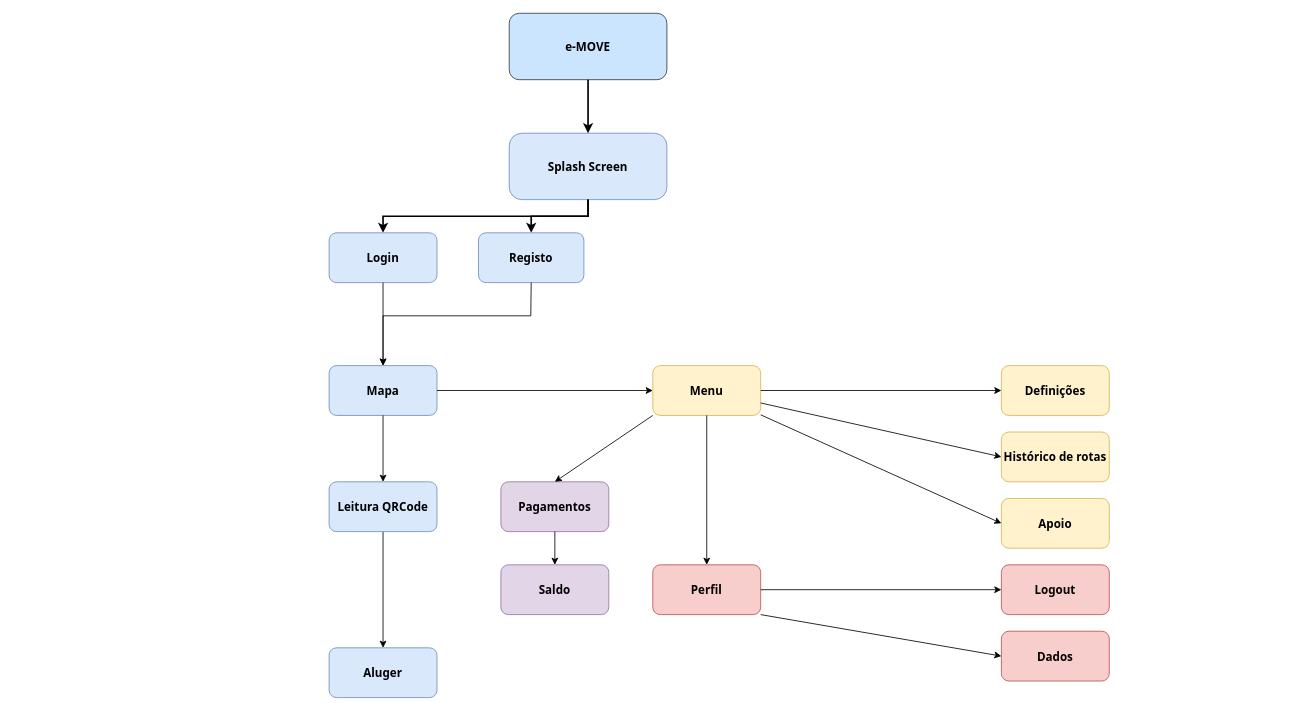
Before: SiteMap.drawio in pal2509/TP_DIA, a draw.io diagram. Source tidied: cells renumbered, new cells numbered last; positions are measured from the earlier drawing's top-left corner, leaving out a move shared by most shapes. Both pictures are drawn from the tidied source at 83%, with x=0, y=0 at pixel (329, 13).
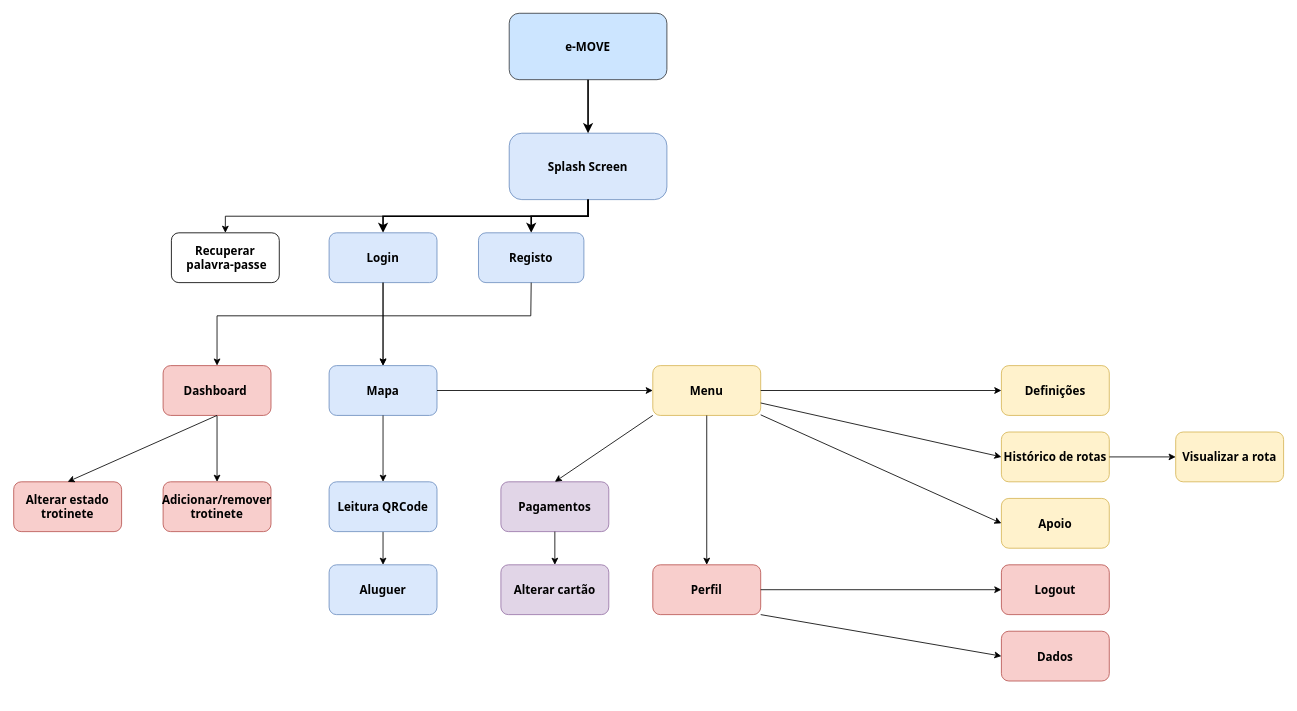
The same diagram, later.

Unchanged cells that the change refers to:
```xml
<mxCell id="3" value="Splash Screen" style="rounded=1;fillColor=#dae8fc;strokeColor=#6c8ebf;fontStyle=1;fontFamily=Tahoma;fontSize=14;arcSize=19;glass=0;shadow=0;sketch=0;" parent="1" vertex="1">
  <mxGeometry x="217" y="144" width="190" height="80" as="geometry" />
</mxCell>
<mxCell id="7" value="Login" style="rounded=1;fillColor=#dae8fc;strokeColor=#6c8ebf;fontStyle=1;fontFamily=Tahoma;fontSize=14;" parent="1" vertex="1">
  <mxGeometry y="264" width="130" height="60" as="geometry" />
</mxCell>
<mxCell id="28" value="Histórico de rotas" style="rounded=1;fillColor=#fff2cc;strokeColor=#d6b656;fontStyle=1;fontFamily=Tahoma;fontSize=14;" parent="1" vertex="1">
  <mxGeometry x="810" y="504" width="130" height="60" as="geometry" />
</mxCell>
```

What changed in the source:
```diff
@@
-    <mxCell id="14" value="Aluger" style="rounded=1;fillColor=#dae8fc;strokeColor=#6c8ebf;fontStyle=1;fontFamily=Tahoma;fontSize=14;" parent="1" vertex="1">
-      <mxGeometry y="764" width="130" height="60" as="geometry" />
+    <mxCell id="14" value="Aluguer" style="rounded=1;fillColor=#dae8fc;strokeColor=#6c8ebf;fontStyle=1;fontFamily=Tahoma;fontSize=14;" parent="1" vertex="1">
+      <mxGeometry y="664" width="130" height="60" as="geometry" />
     </mxCell>
@@
-    <mxCell id="30" value="Saldo" style="rounded=1;fillColor=#e1d5e7;strokeColor=#9673a6;fontStyle=1;fontFamily=Tahoma;fontSize=14;" parent="1" vertex="1">
+    <mxCell id="30" value="Alterar cartão" style="rounded=1;fillColor=#e1d5e7;strokeColor=#9673a6;fontStyle=1;fontFamily=Tahoma;fontSize=14;" parent="1" vertex="1">
       <mxGeometry x="207" y="664" width="130" height="60" as="geometry" />
     </mxCell>
@@
+    <mxCell id="34" value="Visualizar a rota" style="rounded=1;fillColor=#fff2cc;strokeColor=#d6b656;fontStyle=1;fontFamily=Tahoma;fontSize=14;" parent="1" vertex="1">
+      <mxGeometry x="1020" y="504" width="130" height="60" as="geometry" />
+    </mxCell>
+    <mxCell id="35" style="endArrow=classic;html=1;rounded=0;exitX=1;exitY=0.5;exitDx=0;exitDy=0;" parent="1" edge="1" source="28" target="34">
+      <mxGeometry relative="1" as="geometry" />
+    </mxCell>
+    <mxCell id="36" value="Recuperar&#10; palavra-passe" style="rounded=1;fontStyle=1;fontFamily=Tahoma;fontSize=14;" parent="1" vertex="1">
+      <mxGeometry x="-190" y="264" width="130" height="60" as="geometry" />
+    </mxCell>
+    <mxCell id="37" style="endArrow=classic;html=1;rounded=0;exitX=0.5;exitY=1;exitDx=0;exitDy=0;entryX=0.5;entryY=0;entryDx=0;entryDy=0;" parent="1" edge="1" source="3" target="36">
+      <mxGeometry relative="1" as="geometry">
+        <Array as="points">
+          <mxPoint x="312" y="244" />
+          <mxPoint x="-125" y="244" />
+        </Array>
+      </mxGeometry>
+    </mxCell>
+    <mxCell id="38" style="edgeStyle=orthogonalEdgeStyle;rounded=0;jettySize=auto;html=1;" parent="1" edge="1" source="39" target="41">
+      <mxGeometry relative="1" as="geometry" />
+    </mxCell>
+    <mxCell id="39" value="Dashboard " style="rounded=1;fontStyle=1;fontFamily=Tahoma;fontSize=14;fillColor=#f8cecc;strokeColor=#b85450;" parent="1" vertex="1">
+      <mxGeometry x="-200" y="424" width="130" height="60" as="geometry" />
+    </mxCell>
+    <mxCell id="40" style="endArrow=classic;html=1;rounded=0;exitX=0.5;exitY=1;exitDx=0;exitDy=0;entryX=0.5;entryY=0;entryDx=0;entryDy=0;" parent="1" edge="1" source="7" target="39">
+      <mxGeometry relative="1" as="geometry">
+        <Array as="points">
+          <mxPoint x="65" y="364" />
+          <mxPoint x="-135" y="364" />
+        </Array>
+      </mxGeometry>
+    </mxCell>
+    <mxCell id="41" value="Adicionar/remover&#10;trotinete" style="rounded=1;fontStyle=1;fontFamily=Tahoma;fontSize=14;fillColor=#f8cecc;strokeColor=#b85450;" parent="1" vertex="1">
+      <mxGeometry x="-200" y="564" width="130" height="60" as="geometry" />
+    </mxCell>
+    <mxCell id="42" value="Alterar estado&#10;trotinete" style="rounded=1;fontStyle=1;fontFamily=Tahoma;fontSize=14;fillColor=#f8cecc;strokeColor=#b85450;" parent="1" vertex="1">
+      <mxGeometry x="-380" y="564" width="130" height="60" as="geometry" />
+    </mxCell>
+    <mxCell id="43" style="endArrow=classic;html=1;rounded=0;entryX=0.5;entryY=0;entryDx=0;entryDy=0;exitX=0.5;exitY=1;exitDx=0;exitDy=0;" parent="1" edge="1" source="39" target="42">
+      <mxGeometry relative="1" as="geometry" />
+    </mxCell>
```
